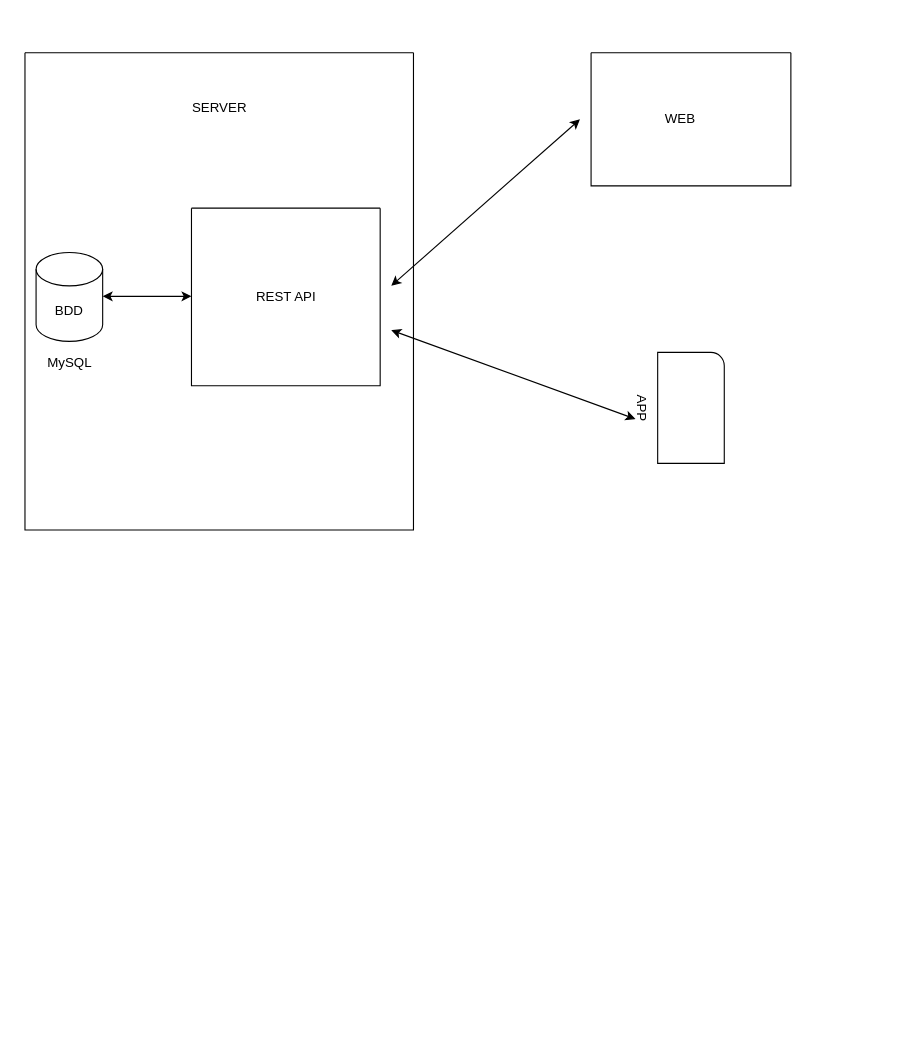
Before: Untitled Diagram.drawio in sorydi3/acme2_ex1, a draw.io diagram. Source tidied: cells renumbered, new cells numbered last; positions are measured from the earlier drawing's top-left corner, leaving out a move shared by most shapes. Both pictures are drawn from the tidied source at 111%, with x=0, y=0 at pixel (24, 52).
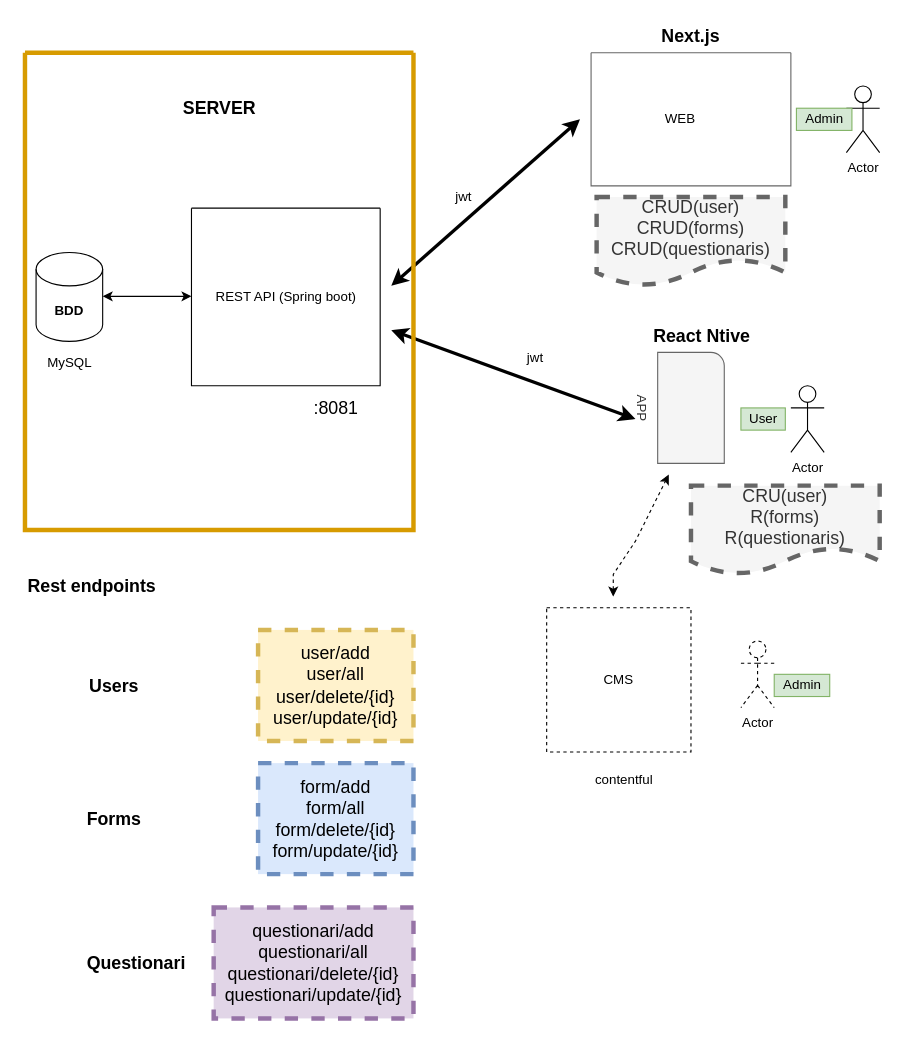
The same page after the edit.

Commit message:
design diagrame

The change refers to these unchanged cells:
```xml
<mxCell id="2" style="swimlane;startSize=0;" parent="1" vertex="1">
  <mxGeometry x="150" y="140" width="170" height="160" as="geometry" />
</mxCell>
```

Diff of the diagram source:
```diff
@@
-    <mxCell id="3" value="REST API" style="text;html=1;align=center;verticalAlign=middle;strokeColor=none;fillColor=none;" parent="2" vertex="1">
-      <mxGeometry x="50" y="70" width="70" height="20" as="geometry" />
+    <mxCell id="3" value="REST API (Spring boot)" style="text;html=1;align=center;verticalAlign=middle;strokeColor=none;fillColor=none;" parent="2" vertex="1">
+      <mxGeometry x="15" y="70" width="140" height="20" as="geometry" />
     </mxCell>
-    <mxCell id="4" value="BDD" style="shape=cylinder3;whiteSpace=wrap;html=1;boundedLbl=1;backgroundOutline=1;size=15;" parent="1" vertex="1">
+    <mxCell id="4" value="&lt;b&gt;BDD&lt;/b&gt;" style="shape=cylinder3;whiteSpace=wrap;html=1;boundedLbl=1;backgroundOutline=1;size=15;" parent="1" vertex="1">
       <mxGeometry x="10" y="180" width="60" height="80" as="geometry" />
     </mxCell>
@@
-    <mxCell id="6" style="swimlane;startSize=0;" parent="1" vertex="1">
+    <mxCell id="6" style="swimlane;startSize=0;fillColor=default;strokeColor=#666666;fontColor=#333333;gradientColor=none;" parent="1" vertex="1">
       <mxGeometry x="510" width="180" height="120" as="geometry" />
     </mxCell>
@@
-    <mxCell id="8" value="APP" style="verticalLabelPosition=bottom;verticalAlign=top;html=1;shape=mxgraph.basic.corner_round_rect;dx=6;rotation=90;" parent="1" vertex="1">
+    <mxCell id="8" value="APP" style="verticalLabelPosition=bottom;verticalAlign=top;html=1;shape=mxgraph.basic.corner_round_rect;dx=6;rotation=90;fillColor=#f5f5f5;fontColor=#333333;strokeColor=#666666;" parent="1" vertex="1">
       <mxGeometry x="550" y="290" width="100" height="60" as="geometry" />
     </mxCell>
-    <mxCell id="9" style="endArrow=classic;startArrow=classic;html=1;rounded=0;" parent="1" edge="1">
+    <mxCell id="9" style="endArrow=classic;startArrow=classic;html=1;rounded=0;strokeWidth=3;" parent="1" edge="1">
       <mxGeometry relative="1" as="geometry">
         <mxPoint x="330" y="210" as="sourcePoint" />
         <mxPoint x="500" y="60" as="targetPoint" />
       </mxGeometry>
     </mxCell>
-    <mxCell id="10" style="endArrow=classic;startArrow=classic;html=1;rounded=0;" parent="1" edge="1">
+    <mxCell id="10" style="endArrow=classic;startArrow=classic;html=1;rounded=0;strokeWidth=3;" parent="1" edge="1">
       <mxGeometry relative="1" as="geometry">
         <mxPoint x="330" y="250" as="sourcePoint" />
         <mxPoint x="550" y="330" as="targetPoint" />
       </mxGeometry>
     </mxCell>
-    <mxCell id="11" style="swimlane;startSize=0;" parent="1" vertex="1">
+    <mxCell id="11" style="swimlane;startSize=0;fillColor=#ffe6cc;strokeColor=#d79b00;strokeWidth=4;" parent="1" vertex="1">
       <mxGeometry width="350" height="430" as="geometry" />
     </mxCell>
-    <mxCell id="12" value="SERVER" style="text;html=1;align=center;verticalAlign=middle;strokeColor=none;fillColor=none;" parent="11" vertex="1">
-      <mxGeometry x="145" y="40" width="60" height="20" as="geometry" />
+    <mxCell id="12" value="SERVER" style="text;html=1;align=center;verticalAlign=middle;strokeColor=none;fillColor=none;fontStyle=1;fontSize=16;" parent="11" vertex="1">
+      <mxGeometry x="135" y="40" width="80" height="20" as="geometry" />
     </mxCell>
@@
+    <mxCell id="14" value="Actor" style="shape=umlActor;verticalLabelPosition=bottom;verticalAlign=top;html=1;" parent="1" vertex="1">
+      <mxGeometry x="740" y="30" width="30" height="60" as="geometry" />
+    </mxCell>
+    <mxCell id="15" value="CMS" style="whiteSpace=wrap;html=1;dashed=1;" parent="1" vertex="1">
+      <mxGeometry x="470" y="500" width="130" height="130" as="geometry" />
+    </mxCell>
+    <mxCell id="16" style="endArrow=classic;startArrow=classic;html=1;rounded=0;dashed=1;" parent="1" edge="1">
+      <mxGeometry relative="1" as="geometry">
+        <mxPoint x="530" y="490" as="sourcePoint" />
+        <mxPoint x="580" y="380" as="targetPoint" />
+        <Array as="points">
+          <mxPoint x="530" y="470" />
+          <mxPoint x="550" y="440" />
+        </Array>
+      </mxGeometry>
+    </mxCell>
+    <mxCell id="17" value="Admin" style="text;html=1;align=center;verticalAlign=middle;strokeColor=#82b366;fillColor=#d5e8d4;" parent="1" vertex="1">
+      <mxGeometry x="695" y="50" width="50" height="20" as="geometry" />
+    </mxCell>
+    <mxCell id="18" value="User" style="text;html=1;align=center;verticalAlign=middle;strokeColor=#82b366;fillColor=#d5e8d4;" parent="1" vertex="1">
+      <mxGeometry x="645" y="320" width="40" height="20" as="geometry" />
+    </mxCell>
+    <mxCell id="19" value="Actor" style="shape=umlActor;verticalLabelPosition=bottom;verticalAlign=top;html=1;" parent="1" vertex="1">
+      <mxGeometry x="690" y="300" width="30" height="60" as="geometry" />
+    </mxCell>
+    <mxCell id="20" value="jwt" style="text;html=1;align=center;verticalAlign=middle;strokeColor=none;fillColor=none;" parent="1" vertex="1">
+      <mxGeometry x="380" y="120" width="30" height="20" as="geometry" />
+    </mxCell>
+    <mxCell id="21" value="jwt" style="text;html=1;strokeColor=none;fillColor=none;align=center;verticalAlign=middle;whiteSpace=wrap;rounded=0;" parent="1" vertex="1">
+      <mxGeometry x="430" y="260" width="60" height="30" as="geometry" />
+    </mxCell>
+    <mxCell id="22" value="contentful" style="text;html=1;strokeColor=none;fillColor=none;align=center;verticalAlign=middle;whiteSpace=wrap;rounded=0;" parent="1" vertex="1">
+      <mxGeometry x="510" y="640" width="60" height="30" as="geometry" />
+    </mxCell>
+    <mxCell id="23" value="Actor" style="shape=umlActor;verticalLabelPosition=bottom;verticalAlign=top;html=1;dashed=1;" parent="1" vertex="1">
+      <mxGeometry x="645" y="530" width="30" height="60" as="geometry" />
+    </mxCell>
+    <mxCell id="24" value="Admin" style="text;html=1;align=center;verticalAlign=middle;strokeColor=#82b366;fillColor=#d5e8d4;" parent="1" vertex="1">
+      <mxGeometry x="675" y="560" width="50" height="20" as="geometry" />
+    </mxCell>
+    <mxCell id="25" value="CRUD(user)&lt;br&gt;CRUD(forms)&lt;br&gt;CRUD(questionaris)" style="shape=document;whiteSpace=wrap;html=1;boundedLbl=1;dashed=1;fontSize=16;strokeWidth=4;fillColor=#f5f5f5;fontColor=#333333;strokeColor=#666666;" parent="1" vertex="1">
+      <mxGeometry x="515" y="130" width="170" height="80" as="geometry" />
+    </mxCell>
+    <mxCell id="26" value="user/add&lt;br&gt;user/all&lt;br&gt;user/delete/{id}&lt;br&gt;user/update/{id}" style="whiteSpace=wrap;html=1;dashed=1;fontSize=16;strokeWidth=4;fillColor=#fff2cc;strokeColor=#d6b656;" parent="1" vertex="1">
+      <mxGeometry x="210" y="520" width="140" height="100" as="geometry" />
+    </mxCell>
+    <mxCell id="27" value="&lt;b&gt;Rest endpoints&lt;/b&gt;" style="text;html=1;align=center;verticalAlign=middle;strokeColor=none;fillColor=none;fontSize=16;" parent="1" vertex="1">
+      <mxGeometry x="-5" y="470" width="130" height="20" as="geometry" />
+    </mxCell>
+    <mxCell id="28" value="form/add&lt;br&gt;form/all&lt;br&gt;form/delete/{id}&lt;br&gt;form/update/{id}" style="whiteSpace=wrap;html=1;dashed=1;fontSize=16;strokeWidth=4;fillColor=#dae8fc;strokeColor=#6c8ebf;" parent="1" vertex="1">
+      <mxGeometry x="210" y="640" width="140" height="100" as="geometry" />
+    </mxCell>
+    <mxCell id="29" value="questionari/add&lt;br&gt;questionari/all&lt;br&gt;questionari/delete/{id}&lt;br&gt;questionari/update/{id}" style="whiteSpace=wrap;html=1;dashed=1;fontSize=16;strokeWidth=4;fillColor=#e1d5e7;strokeColor=#9673a6;" parent="1" vertex="1">
+      <mxGeometry x="170" y="770" width="180" height="100" as="geometry" />
+    </mxCell>
+    <mxCell id="30" value="&lt;b&gt;Users&lt;/b&gt;" style="text;html=1;align=center;verticalAlign=middle;strokeColor=none;fillColor=none;fontSize=16;" parent="1" vertex="1">
+      <mxGeometry x="50" y="560" width="60" height="20" as="geometry" />
+    </mxCell>
+    <mxCell id="31" value="&lt;b&gt;Forms&lt;/b&gt;" style="text;html=1;align=center;verticalAlign=middle;strokeColor=none;fillColor=none;fontSize=16;" parent="1" vertex="1">
+      <mxGeometry x="50" y="680" width="60" height="20" as="geometry" />
+    </mxCell>
+    <mxCell id="32" value="&lt;b&gt;Questionari&lt;/b&gt;" style="text;html=1;align=center;verticalAlign=middle;strokeColor=none;fillColor=none;fontSize=16;" parent="1" vertex="1">
+      <mxGeometry x="50" y="810" width="100" height="20" as="geometry" />
+    </mxCell>
+    <mxCell id="33" value="&lt;b&gt;Next.js&lt;/b&gt;" style="text;html=1;strokeColor=none;fillColor=none;align=center;verticalAlign=middle;whiteSpace=wrap;rounded=0;dashed=1;fontSize=16;" parent="1" vertex="1">
+      <mxGeometry x="570" y="-30" width="60" height="30" as="geometry" />
+    </mxCell>
+    <mxCell id="34" value="&lt;b&gt;React Ntive&lt;/b&gt;" style="text;html=1;strokeColor=none;fillColor=none;align=center;verticalAlign=middle;whiteSpace=wrap;rounded=0;dashed=1;fontSize=16;" parent="1" vertex="1">
+      <mxGeometry x="550" y="240" width="120" height="30" as="geometry" />
+    </mxCell>
+    <mxCell id="35" value="CRU(user)&lt;br&gt;R(forms)&lt;br&gt;R(questionaris)" style="shape=document;whiteSpace=wrap;html=1;boundedLbl=1;dashed=1;fontSize=16;strokeWidth=4;fillColor=#f5f5f5;fontColor=#333333;strokeColor=#666666;" parent="1" vertex="1">
+      <mxGeometry x="600" y="390" width="170" height="80" as="geometry" />
+    </mxCell>
+    <mxCell id="36" value=":8081" style="text;html=1;align=center;verticalAlign=middle;strokeColor=none;fillColor=none;fontSize=16;" parent="1" vertex="1">
+      <mxGeometry x="250" y="310" width="60" height="20" as="geometry" />
+    </mxCell>
```
